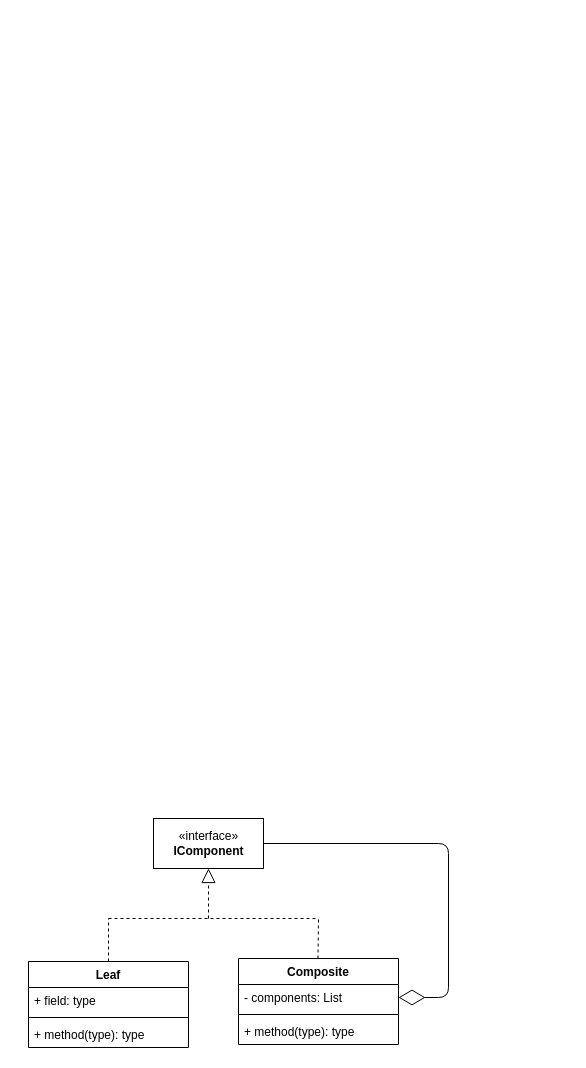
Before: Patterns/images/Composite.drawio in zangelus/Patterns, a draw.io diagram. Source tidied: cells renumbered, new cells numbered last; positions are measured from the earlier drawing's top-left corner, leaving out a move shared by most shapes. Both pictures are drawn from the tidied source at 100%, with x=0, y=0 at pixel (28, 818).
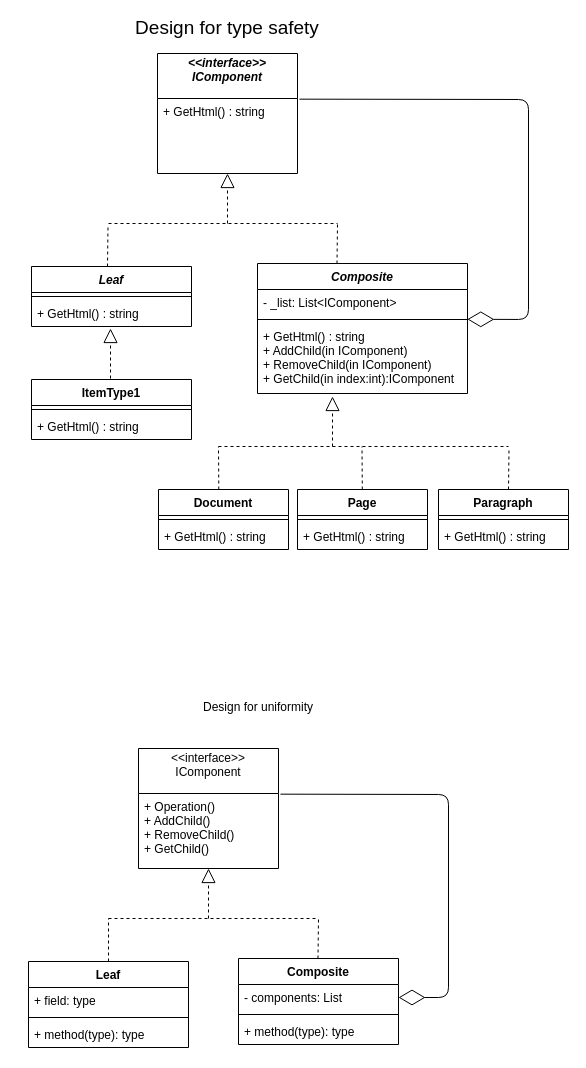
Above is the later version.

Unchanged cells that the change refers to:
```xml
<mxCell id="4" value="- components: List" style="text;strokeColor=none;fillColor=none;align=left;verticalAlign=top;spacingLeft=4;spacingRight=4;overflow=hidden;points=[[0,0.5],[1,0.5]];portConstraint=eastwest;" parent="3" vertex="1">
  <mxGeometry y="26" width="160" height="26" as="geometry" />
</mxCell>
```

Diff of the diagram source:
```diff
@@
-    <mxCell id="2" value="«interface»&lt;br&gt;&lt;b&gt;IComponent&lt;/b&gt;&lt;br&gt;" style="html=1;" parent="1" vertex="1">
-      <mxGeometry x="125" width="110" height="50" as="geometry" />
-    </mxCell>
@@
-    <mxCell id="11" style="endArrow=diamondThin;endFill=0;endSize=24;html=1;exitX=1;exitY=0.5;exitDx=0;exitDy=0;entryX=1;entryY=0.5;entryDx=0;entryDy=0;" parent="1" edge="1" source="2" target="4">
+    <mxCell id="11" style="endArrow=diamondThin;endFill=0;endSize=24;html=1;exitX=1.014;exitY=0.009;exitDx=0;exitDy=0;entryX=1;entryY=0.5;entryDx=0;entryDy=0;exitPerimeter=0;" parent="1" edge="1" source="17" target="4">
       <mxGeometry relative="1" as="geometry">
         <Array as="points">
-          <mxPoint x="420" y="25" />
+          <mxPoint x="420" y="-24" />
           <mxPoint x="420" y="179" />
         </Array>
       </mxGeometry>
     </mxCell>
@@
+    <mxCell id="16" value="&lt;&lt;interface&gt;&gt;&#10;IComponent&#10;" style="swimlane;fontStyle=0;horizontal=1;startSize=45;fillColor=none;" parent="1" vertex="1">
+      <mxGeometry x="110" y="-70" width="140" height="120" as="geometry" />
+    </mxCell>
+    <mxCell id="17" value="+ Operation()&#10;+ AddChild()&#10;+ RemoveChild()&#10;+ GetChild()&#10;" style="text;strokeColor=none;fillColor=none;align=left;verticalAlign=top;spacingLeft=4;spacingRight=4;overflow=hidden;points=[[0,0.5],[1,0.5]];portConstraint=eastwest;" parent="16" vertex="1">
+      <mxGeometry y="45" width="140" height="75" as="geometry" />
+    </mxCell>
+    <mxCell id="18" value="Composite" style="swimlane;fontStyle=3;align=center;verticalAlign=top;horizontal=1;startSize=26;" parent="1" vertex="1">
+      <mxGeometry x="229" y="-555" width="210" height="130" as="geometry" />
+    </mxCell>
+    <mxCell id="19" value="- _list: List&lt;IComponent&gt;" style="text;strokeColor=none;fillColor=none;align=left;verticalAlign=top;spacingLeft=4;spacingRight=4;overflow=hidden;" parent="18" vertex="1">
+      <mxGeometry y="26" width="210" height="26" as="geometry" />
+    </mxCell>
+    <mxCell id="20" style="line;strokeWidth=1;fillColor=none;align=left;verticalAlign=middle;spacingTop=-1;spacingLeft=3;spacingRight=3;labelPosition=right;points=[];portConstraint=eastwest;" parent="18" vertex="1">
+      <mxGeometry y="52" width="210" height="8" as="geometry" />
+    </mxCell>
+    <mxCell id="21" value="+ GetHtml() : string&#10;+ AddChild(in IComponent)&#10;+ RemoveChild(in IComponent)&#10;+ GetChild(in index:int):IComponent&#10;" style="text;strokeColor=none;fillColor=none;align=left;verticalAlign=top;spacingLeft=4;spacingRight=4;overflow=hidden;" parent="18" vertex="1">
+      <mxGeometry y="60" width="210" height="70" as="geometry" />
+    </mxCell>
+    <mxCell id="22" value="Leaf" style="swimlane;fontStyle=3;align=center;verticalAlign=top;horizontal=1;startSize=26;" parent="1" vertex="1">
+      <mxGeometry x="3" y="-552" width="160" height="60" as="geometry" />
+    </mxCell>
+    <mxCell id="23" style="line;strokeWidth=1;fillColor=none;align=left;verticalAlign=middle;spacingTop=-1;spacingLeft=3;spacingRight=3;labelPosition=right;" parent="22" vertex="1">
+      <mxGeometry y="26" width="160" height="8" as="geometry" />
+    </mxCell>
+    <mxCell id="24" value="+ GetHtml() : string&#10;" style="text;strokeColor=none;fillColor=none;align=left;verticalAlign=top;spacingLeft=4;spacingRight=4;overflow=hidden;" parent="22" vertex="1">
+      <mxGeometry y="34" width="160" height="26" as="geometry" />
+    </mxCell>
+    <mxCell id="25" style="endArrow=diamondThin;endFill=0;endSize=24;html=1;exitX=1.014;exitY=0.009;exitDx=0;exitDy=0;exitPerimeter=0;entryX=0.999;entryY=0.472;entryDx=0;entryDy=0;entryPerimeter=0;" parent="1" edge="1" source="30" target="20">
+      <mxGeometry relative="1" as="geometry">
+        <Array as="points">
+          <mxPoint x="500" y="-719" />
+          <mxPoint x="500" y="-499" />
+        </Array>
+      </mxGeometry>
+    </mxCell>
+    <mxCell id="26" style="endArrow=block;dashed=1;endFill=0;endSize=12;html=1;" parent="1" edge="1">
+      <mxGeometry relative="1" as="geometry">
+        <mxPoint x="199" y="-595" as="sourcePoint" />
+        <mxPoint x="199" y="-645" as="targetPoint" />
+      </mxGeometry>
+    </mxCell>
+    <mxCell id="27" style="endArrow=none;dashed=1;html=1;" parent="1" edge="1">
+      <mxGeometry relative="1" as="geometry">
+        <mxPoint x="80" y="-595" as="sourcePoint" />
+        <mxPoint x="309" y="-595" as="targetPoint" />
+      </mxGeometry>
+    </mxCell>
+    <mxCell id="28" style="endArrow=none;dashed=1;html=1;exitX=0.5;exitY=0;exitDx=0;exitDy=0;" parent="1" edge="1">
+      <mxGeometry relative="1" as="geometry">
+        <mxPoint x="308.5" y="-555" as="sourcePoint" />
+        <mxPoint x="309" y="-595" as="targetPoint" />
+      </mxGeometry>
+    </mxCell>
+    <mxCell id="29" value="&lt;&lt;interface&gt;&gt;&#10;IComponent&#10;" style="swimlane;fontStyle=3;horizontal=1;startSize=45;fillColor=none;" parent="1" vertex="1">
+      <mxGeometry x="129" y="-765" width="140" height="120" as="geometry" />
+    </mxCell>
+    <mxCell id="30" value="+ GetHtml() : string&#10;" style="text;strokeColor=none;fillColor=none;align=left;verticalAlign=top;spacingLeft=4;spacingRight=4;overflow=hidden;points=[[0,0.5],[1,0.5]];portConstraint=eastwest;" parent="29" vertex="1">
+      <mxGeometry y="45" width="140" height="75" as="geometry" />
+    </mxCell>
+    <mxCell id="31" value="Design for uniformity" style="text;html=1;strokeColor=none;fillColor=none;align=center;verticalAlign=middle;whiteSpace=wrap;rounded=0;" parent="1" vertex="1">
+      <mxGeometry x="20" y="-121" width="420" height="20" as="geometry" />
+    </mxCell>
+    <mxCell id="32" value="&lt;font style=&quot;font-size: 19px&quot;&gt;Design for type safety&lt;/font&gt;" style="text;html=1;strokeColor=none;fillColor=none;align=center;verticalAlign=middle;whiteSpace=wrap;rounded=0;" parent="1" vertex="1">
+      <mxGeometry x="-11" y="-800.1" width="420" height="20" as="geometry" />
+    </mxCell>
+    <mxCell id="33" value="ItemType1" style="swimlane;fontStyle=1;align=center;verticalAlign=top;horizontal=1;startSize=26;" parent="1" vertex="1">
+      <mxGeometry x="3" y="-439" width="160" height="60" as="geometry" />
+    </mxCell>
+    <mxCell id="34" style="line;strokeWidth=1;fillColor=none;align=left;verticalAlign=middle;spacingTop=-1;spacingLeft=3;spacingRight=3;labelPosition=right;" parent="33" vertex="1">
+      <mxGeometry y="26" width="160" height="8" as="geometry" />
+    </mxCell>
+    <mxCell id="35" value="+ GetHtml() : string&#10;" style="text;strokeColor=none;fillColor=none;align=left;verticalAlign=top;spacingLeft=4;spacingRight=4;overflow=hidden;" parent="33" vertex="1">
+      <mxGeometry y="34" width="160" height="26" as="geometry" />
+    </mxCell>
+    <mxCell id="36" style="endArrow=block;dashed=1;endFill=0;endSize=12;html=1;" parent="1" edge="1">
+      <mxGeometry relative="1" as="geometry">
+        <mxPoint x="82" y="-440" as="sourcePoint" />
+        <mxPoint x="82" y="-490" as="targetPoint" />
+      </mxGeometry>
+    </mxCell>
+    <mxCell id="37" style="endArrow=block;dashed=1;endFill=0;endSize=12;html=1;" parent="1" edge="1">
+      <mxGeometry relative="1" as="geometry">
+        <mxPoint x="304" y="-372" as="sourcePoint" />
+        <mxPoint x="304" y="-422" as="targetPoint" />
+      </mxGeometry>
+    </mxCell>
+    <mxCell id="38" style="endArrow=none;dashed=1;html=1;" parent="1" edge="1">
+      <mxGeometry relative="1" as="geometry">
+        <mxPoint x="190" y="-372" as="sourcePoint" />
+        <mxPoint x="480" y="-372" as="targetPoint" />
+      </mxGeometry>
+    </mxCell>
+    <mxCell id="39" style="endArrow=none;dashed=1;html=1;exitX=0.5;exitY=0;exitDx=0;exitDy=0;" parent="1" edge="1">
+      <mxGeometry relative="1" as="geometry">
+        <mxPoint x="190.3" y="-329" as="sourcePoint" />
+        <mxPoint x="190" y="-372" as="targetPoint" />
+      </mxGeometry>
+    </mxCell>
+    <mxCell id="40" style="endArrow=none;dashed=1;html=1;exitX=0.5;exitY=0;exitDx=0;exitDy=0;" parent="1" edge="1">
+      <mxGeometry relative="1" as="geometry">
+        <mxPoint x="480" y="-329" as="sourcePoint" />
+        <mxPoint x="480.5" y="-369" as="targetPoint" />
+      </mxGeometry>
+    </mxCell>
+    <mxCell id="41" value="Document" style="swimlane;fontStyle=1;align=center;verticalAlign=top;horizontal=1;startSize=26;" parent="1" vertex="1">
+      <mxGeometry x="130" y="-329" width="130" height="60" as="geometry" />
+    </mxCell>
+    <mxCell id="42" style="line;strokeWidth=1;fillColor=none;align=left;verticalAlign=middle;spacingTop=-1;spacingLeft=3;spacingRight=3;labelPosition=right;" parent="41" vertex="1">
+      <mxGeometry y="26" width="130" height="8" as="geometry" />
+    </mxCell>
+    <mxCell id="43" value="+ GetHtml() : string&#10;" style="text;strokeColor=none;fillColor=none;align=left;verticalAlign=top;spacingLeft=4;spacingRight=4;overflow=hidden;" parent="41" vertex="1">
+      <mxGeometry y="34" width="130" height="26" as="geometry" />
+    </mxCell>
+    <mxCell id="44" value="Page" style="swimlane;fontStyle=1;align=center;verticalAlign=top;horizontal=1;startSize=26;" parent="1" vertex="1">
+      <mxGeometry x="269" y="-329" width="130" height="60" as="geometry" />
+    </mxCell>
+    <mxCell id="45" style="line;strokeWidth=1;fillColor=none;align=left;verticalAlign=middle;spacingTop=-1;spacingLeft=3;spacingRight=3;labelPosition=right;" parent="44" vertex="1">
+      <mxGeometry y="26" width="130" height="8" as="geometry" />
+    </mxCell>
+    <mxCell id="46" value="+ GetHtml() : string&#10;" style="text;strokeColor=none;fillColor=none;align=left;verticalAlign=top;spacingLeft=4;spacingRight=4;overflow=hidden;" parent="44" vertex="1">
+      <mxGeometry y="34" width="130" height="26" as="geometry" />
+    </mxCell>
+    <mxCell id="47" value="Paragraph" style="swimlane;fontStyle=1;align=center;verticalAlign=top;horizontal=1;startSize=26;" parent="1" vertex="1">
+      <mxGeometry x="410" y="-329" width="130" height="60" as="geometry" />
+    </mxCell>
+    <mxCell id="48" style="line;strokeWidth=1;fillColor=none;align=left;verticalAlign=middle;spacingTop=-1;spacingLeft=3;spacingRight=3;labelPosition=right;" parent="47" vertex="1">
+      <mxGeometry y="26" width="130" height="8" as="geometry" />
+    </mxCell>
+    <mxCell id="49" value="+ GetHtml() : string&#10;" style="text;strokeColor=none;fillColor=none;align=left;verticalAlign=top;spacingLeft=4;spacingRight=4;overflow=hidden;" parent="47" vertex="1">
+      <mxGeometry y="34" width="130" height="26" as="geometry" />
+    </mxCell>
+    <mxCell id="50" style="endArrow=none;dashed=1;html=1;exitX=0.5;exitY=0;exitDx=0;exitDy=0;" parent="1" edge="1">
+      <mxGeometry relative="1" as="geometry">
+        <mxPoint x="333.8" y="-329" as="sourcePoint" />
+        <mxPoint x="333.5" y="-372" as="targetPoint" />
+      </mxGeometry>
+    </mxCell>
+    <mxCell id="51" style="endArrow=none;dashed=1;html=1;exitX=0.5;exitY=0;exitDx=0;exitDy=0;" parent="1" edge="1">
+      <mxGeometry relative="1" as="geometry">
+        <mxPoint x="79" y="-552" as="sourcePoint" />
+        <mxPoint x="79.5" y="-592" as="targetPoint" />
+      </mxGeometry>
+    </mxCell>
```
